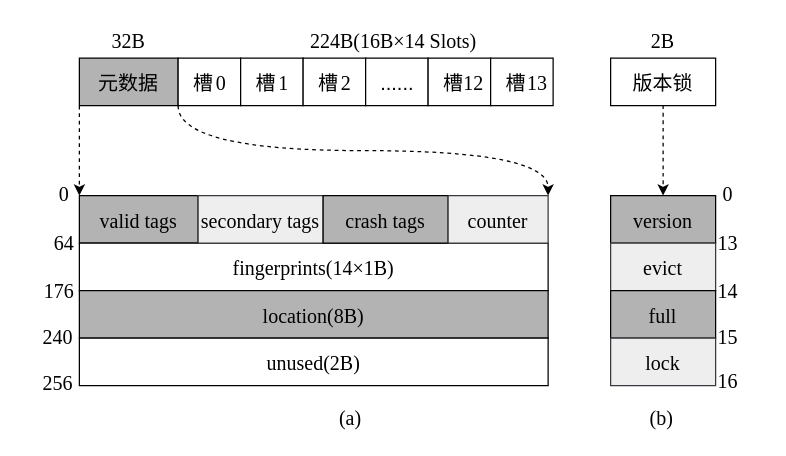
This is page "元数据分开" (19 of 25) of 毕业论文.drawio from HustDsy/Picture, a draw.io file, before an edit. Source tidied: cells renumbered, new cells numbered last; positions are measured from the earlier drawing's top-left corner, leaving out a move shared by most shapes. Both pictures are drawn from the tidied source at 125%, with x=0, y=0 at pixel (20, 20).
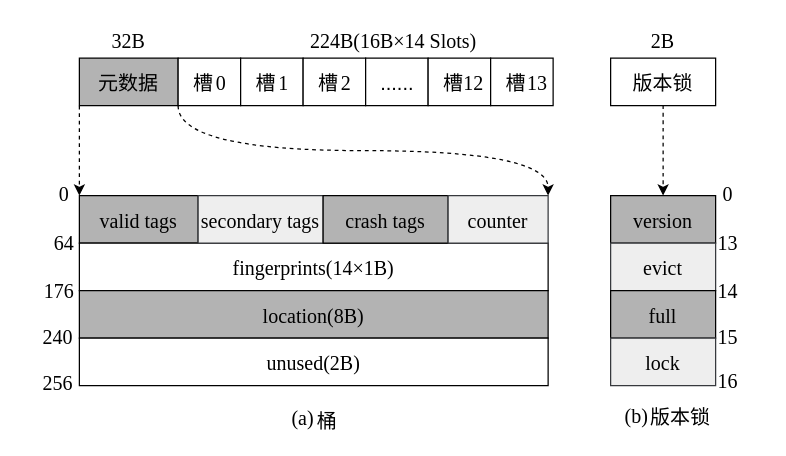
Above is the later version.

Diff of the diagram source:
```diff
@@
     <mxCell id="24" value="(a)" style="text;strokeColor=none;fillColor=none;align=center;verticalAlign=middle;rounded=0;fontFamily=Times New Roman;fontSize=16;fontColor=#000000;" parent="1" vertex="1">
-      <mxGeometry x="234" y="302" width="60" height="30" as="geometry" />
+      <mxGeometry x="196" y="302" width="60" height="30" as="geometry" />
     </mxCell>
     <mxCell id="25" value="(b)" style="text;strokeColor=none;fillColor=none;align=center;verticalAlign=middle;rounded=0;fontFamily=Times New Roman;fontSize=16;fontColor=#000000;" parent="1" vertex="1">
-      <mxGeometry x="483" y="302" width="60" height="30" as="geometry" />
+      <mxGeometry x="463" y="300" width="60" height="30" as="geometry" />
     </mxCell>
@@
+    <mxCell id="50" value="桶" style="text;align=center;verticalAlign=middle;strokeColor=none;fillColor=none;fontSize=16;fontFamily=宋体;" parent="1" vertex="1">
+      <mxGeometry x="230.5" y="309" width="30" height="20" as="geometry" />
+    </mxCell>
+    <mxCell id="51" value="版本锁" style="text;align=center;verticalAlign=middle;strokeColor=none;fillColor=none;fontSize=16;fontFamily=宋体;" parent="1" vertex="1">
+      <mxGeometry x="498" y="306" width="60" height="20" as="geometry" />
+    </mxCell>
```
